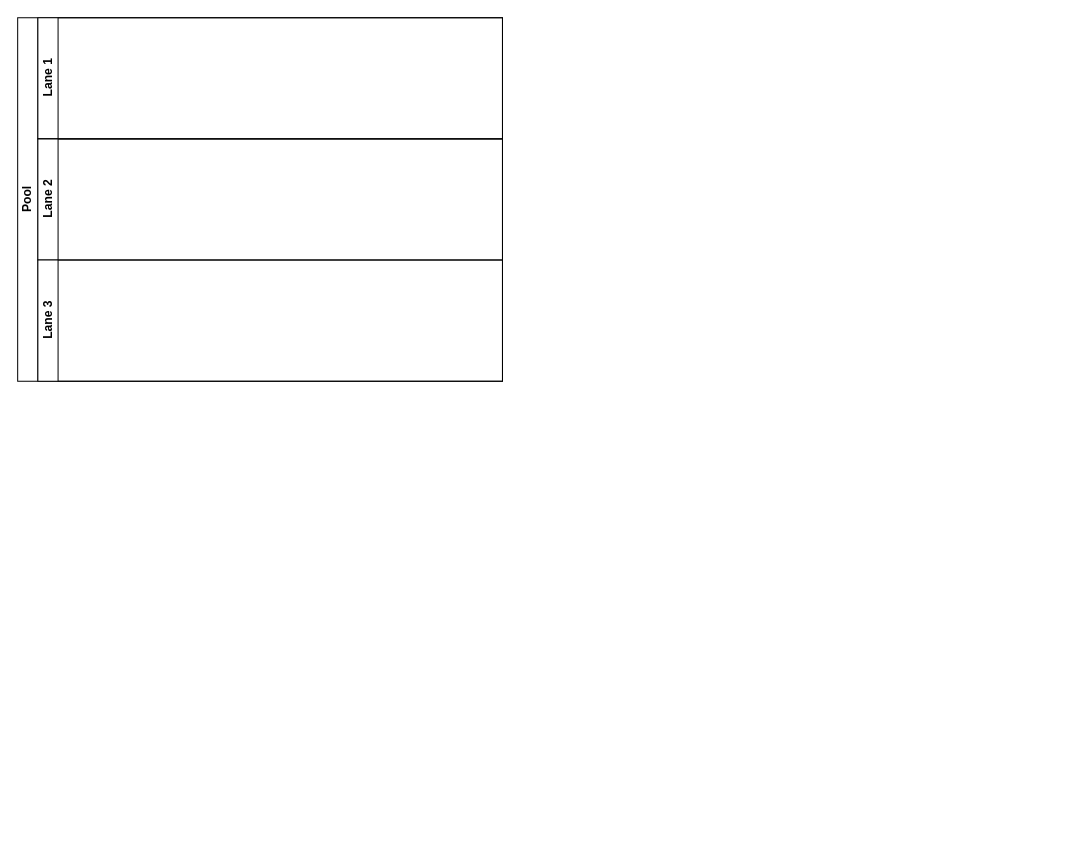
This is SAP.drawio from tuzmas/BPMN, a draw.io file, before an edit. Source tidied: cells renumbered, new cells numbered last; positions are measured from the earlier drawing's top-left corner, leaving out a move shared by most shapes. Both pictures are drawn from the tidied source at 101%, with x=0, y=0 at pixel (17, 17).
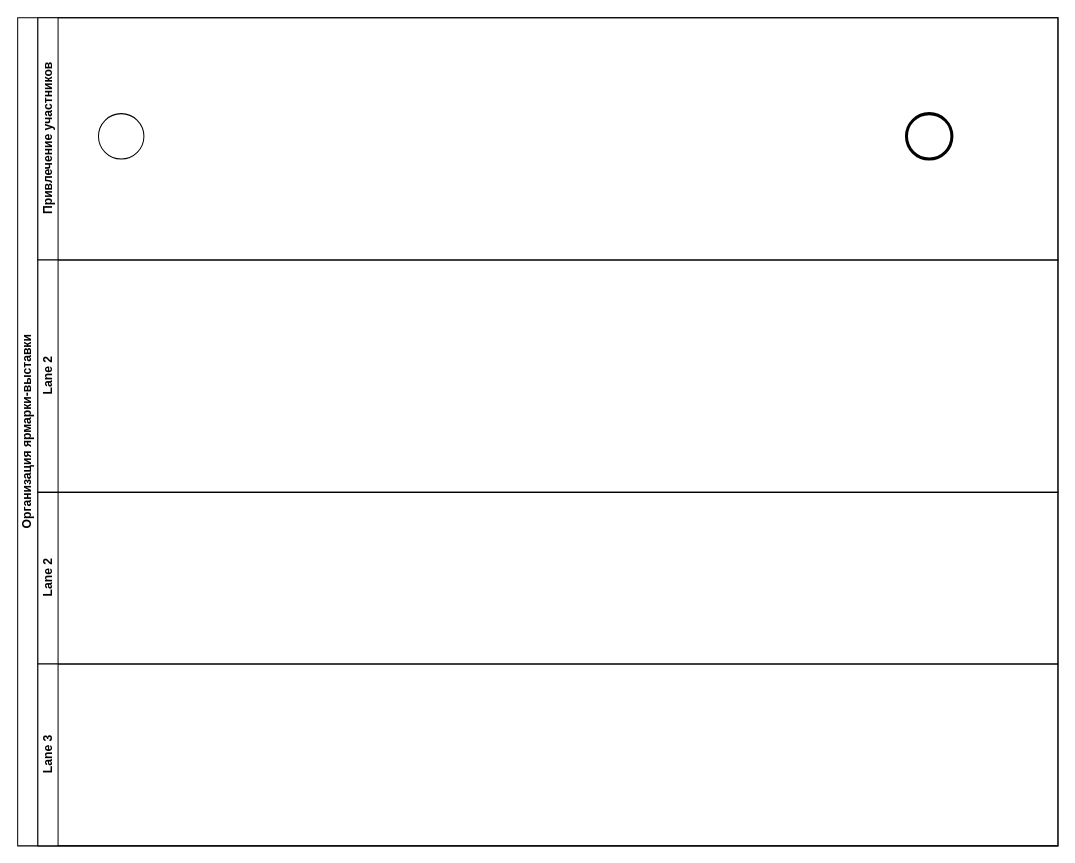
The same page after the edit.

Diff of the diagram source:
```diff
@@
 <mxGraphModel>
   <root>
     <mxCell id="0" />
     <mxCell id="1" parent="0" />
-    <mxCell id="2" value="Pool" style="swimlane;html=1;horizontal=0;startSize=20;whiteSpace=wrap;" parent="1" vertex="1">
-      <mxGeometry width="480" height="360" as="geometry" />
+    <mxCell id="2" value="Организация ярмарки-выставки" style="swimlane;html=1;horizontal=0;startSize=20;whiteSpace=wrap;" parent="1" vertex="1">
+      <mxGeometry width="1030" height="820" as="geometry" />
     </mxCell>
-    <mxCell id="3" value="Lane 1" style="swimlane;html=1;startSize=20;horizontal=0;" parent="2" vertex="1">
-      <mxGeometry x="20" width="460" height="120" as="geometry" />
+    <mxCell id="3" value="Привлечение участников" style="swimlane;html=1;startSize=20;horizontal=0;" parent="2" vertex="1">
+      <mxGeometry x="20" width="1010" height="240" as="geometry" />
     </mxCell>
+    <mxCell id="6" style="shape=mxgraph.bpmn.event;html=1;verticalLabelPosition=bottom;labelBackgroundColor=#ffffff;verticalAlign=top;align=center;perimeter=ellipsePerimeter;outline=standard;symbol=general;" parent="3" vertex="1">
+      <mxGeometry x="60" y="95" width="45" height="45" as="geometry" />
+    </mxCell>
+    <mxCell id="7" style="shape=mxgraph.bpmn.event;html=1;verticalLabelPosition=bottom;labelBackgroundColor=#ffffff;verticalAlign=top;align=center;perimeter=ellipsePerimeter;outline=end;symbol=terminate2;" parent="3" vertex="1">
+      <mxGeometry x="860" y="95" width="45" height="45" as="geometry" />
+    </mxCell>
+    <mxCell id="8" value="Lane 2" style="swimlane;html=1;startSize=20;horizontal=0;" parent="2" vertex="1">
+      <mxGeometry x="20" y="240" width="1010" height="230" as="geometry" />
+    </mxCell>
     <mxCell id="4" value="Lane 2" style="swimlane;html=1;startSize=20;horizontal=0;" parent="2" vertex="1">
-      <mxGeometry x="20" y="120" width="460" height="120" as="geometry" />
+      <mxGeometry x="20" y="470" width="1010" height="170" as="geometry" />
     </mxCell>
     <mxCell id="5" value="Lane 3" style="swimlane;html=1;startSize=20;horizontal=0;" parent="2" vertex="1">
-      <mxGeometry x="20" y="240" width="460" height="120" as="geometry" />
+      <mxGeometry x="20" y="640" width="1010" height="180" as="geometry" />
     </mxCell>
   </root>
 </mxGraphModel>
```
